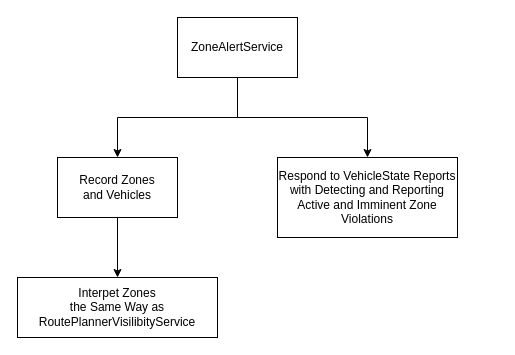
Earlier version of the draw.io diagram doc/assurance/ZoneAlertService/3-Specification/B-Design/i1-functionalArchitecture.drawio (jrowanhill/OpenUxAS-ZoneAlert). Source tidied: cells renumbered, new cells numbered last; positions are measured from the earlier drawing's top-left corner, leaving out a move shared by most shapes. Both pictures are drawn from the tidied source at 100%, with x=0, y=0 at pixel (17, 17).
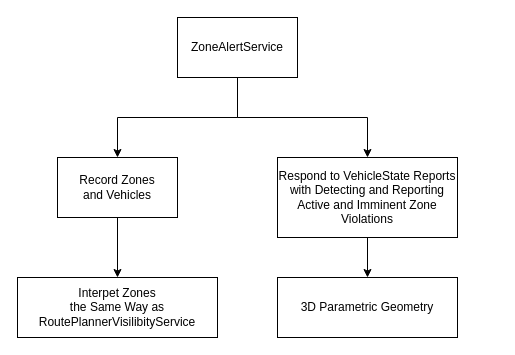
The same diagram, later.

Commit message (it also covers changes not shown here):
Added representative CONOPs argument and a sketch of what the first mental model of functional architeceture looked like.

What changed in the source:
```diff
@@
 <mxGraphModel>
   <root>
     <mxCell id="0" />
     <mxCell id="1" parent="0" />
     <mxCell id="2" style="group;" parent="1" vertex="1">
-      <mxGeometry width="440" height="320" as="geometry" />
+      <mxGeometry width="480" height="320" as="geometry" />
     </mxCell>
     <mxCell id="3" style="edgeStyle=orthogonalEdgeStyle;rounded=0;jettySize=auto;html=1;exitX=0.5;exitY=1;exitDx=0;exitDy=0;entryX=0.5;entryY=0;entryDx=0;entryDy=0;" parent="2" edge="1" source="5" target="7">
       <mxGeometry relative="1" as="geometry" />
     </mxCell>
     <mxCell id="4" style="edgeStyle=orthogonalEdgeStyle;rounded=0;jettySize=auto;html=1;exitX=0.5;exitY=1;exitDx=0;exitDy=0;entryX=0.5;entryY=0;entryDx=0;entryDy=0;" parent="2" edge="1" source="5" target="9">
       <mxGeometry relative="1" as="geometry" />
     </mxCell>
     <mxCell id="5" value="ZoneAlertService" style="rounded=0;whiteSpace=wrap;html=1;" parent="2" vertex="1">
       <mxGeometry x="160" width="120" height="60" as="geometry" />
     </mxCell>
     <mxCell id="6" style="edgeStyle=orthogonalEdgeStyle;rounded=0;jettySize=auto;html=1;exitX=0.5;exitY=1;exitDx=0;exitDy=0;entryX=0.5;entryY=0;entryDx=0;entryDy=0;" parent="2" edge="1" source="7" target="8">
       <mxGeometry relative="1" as="geometry" />
     </mxCell>
     <mxCell id="7" value="Record Zones&lt;div&gt;and Vehicles&lt;/div&gt;" style="rounded=0;whiteSpace=wrap;html=1;" parent="2" vertex="1">
       <mxGeometry x="40" y="140" width="120" height="60" as="geometry" />
     </mxCell>
     <mxCell id="8" value="Interpet Zones&lt;div&gt;the Same Way as&lt;/div&gt;&lt;div&gt;RoutePlannerVisilibityService&lt;/div&gt;" style="rounded=0;whiteSpace=wrap;html=1;" parent="2" vertex="1">
       <mxGeometry y="260" width="200" height="60" as="geometry" />
     </mxCell>
+    <mxCell id="10" style="edgeStyle=orthogonalEdgeStyle;rounded=0;jettySize=auto;html=1;exitX=0.5;exitY=1;exitDx=0;exitDy=0;entryX=0.5;entryY=0;entryDx=0;entryDy=0;" parent="2" edge="1" source="9" target="11">
+      <mxGeometry relative="1" as="geometry" />
+    </mxCell>
     <mxCell id="9" value="Respond to VehicleState Reports&lt;div&gt;with Detecting and Reporting Active and Imminent Zone Violations&lt;/div&gt;" style="rounded=0;whiteSpace=wrap;html=1;" parent="2" vertex="1">
       <mxGeometry x="260" y="140" width="180" height="80" as="geometry" />
     </mxCell>
+    <mxCell id="11" value="3D Parametric Geometry" style="rounded=0;whiteSpace=wrap;html=1;" parent="2" vertex="1">
+      <mxGeometry x="260" y="260" width="180" height="60" as="geometry" />
+    </mxCell>
   </root>
 </mxGraphModel>
```
